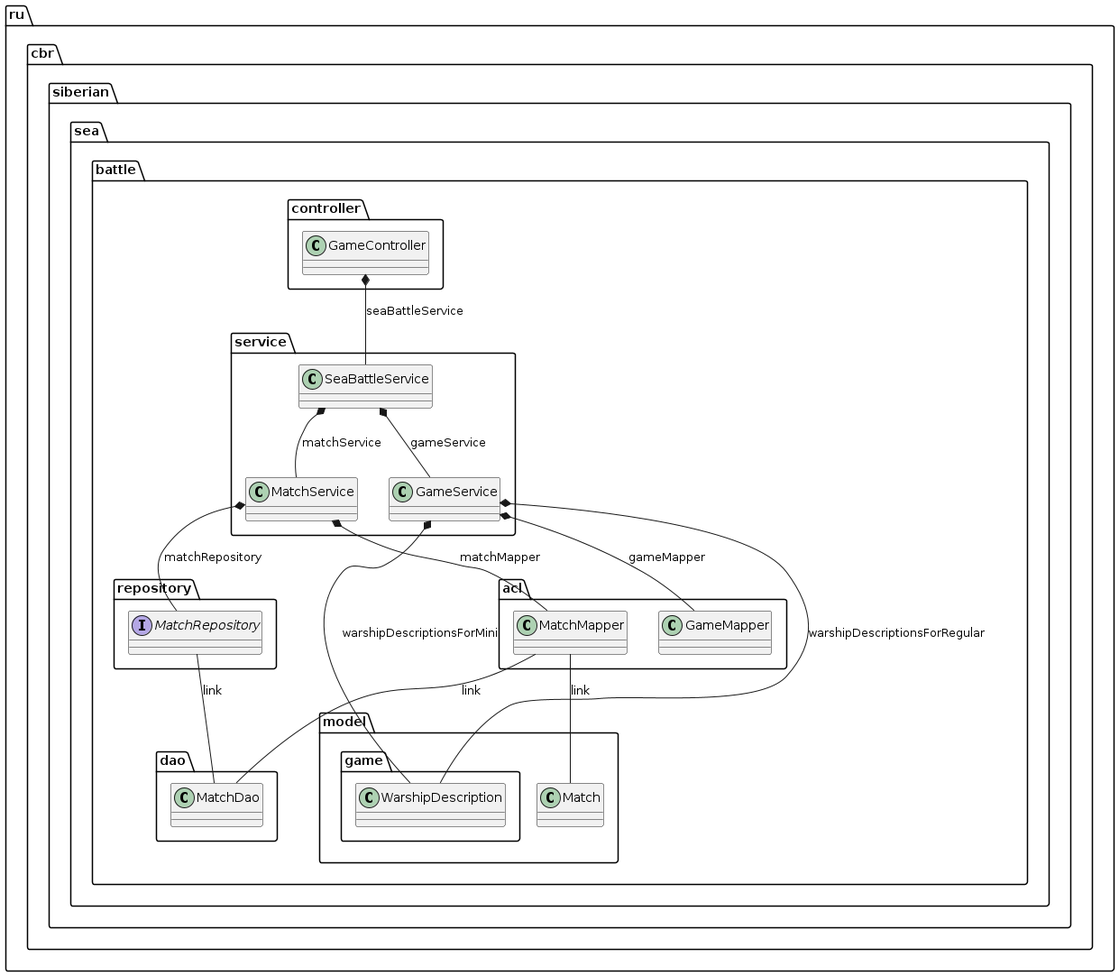
Earlier version of the PlantUML export plantuml/generated-diagrams/uml.png (onixred/SiberianSeaBattle). The source it was exported from:
```plantuml
@startuml uml

interface ru.cbr.siberian.sea.battle.repository.MatchRepository {
}

ru.cbr.siberian.sea.battle.controller.GameController *--  ru.cbr.siberian.sea.battle.service.SeaBattleService : seaBattleService
ru.cbr.siberian.sea.battle.service.SeaBattleService *--  ru.cbr.siberian.sea.battle.service.MatchService : matchService
ru.cbr.siberian.sea.battle.service.SeaBattleService *--  ru.cbr.siberian.sea.battle.service.GameService : gameService



ru.cbr.siberian.sea.battle.service.GameService *--  ru.cbr.siberian.sea.battle.model.game.WarshipDescription : warshipDescriptionsForMini
ru.cbr.siberian.sea.battle.service.GameService *--  ru.cbr.siberian.sea.battle.model.game.WarshipDescription : warshipDescriptionsForRegular
ru.cbr.siberian.sea.battle.service.GameService *--  ru.cbr.siberian.sea.battle.acl.GameMapper : gameMapper

ru.cbr.siberian.sea.battle.service.MatchService *--  ru.cbr.siberian.sea.battle.repository.MatchRepository : matchRepository
ru.cbr.siberian.sea.battle.service.MatchService *--  ru.cbr.siberian.sea.battle.acl.MatchMapper : matchMapper
ru.cbr.siberian.sea.battle.acl.MatchMapper -- ru.cbr.siberian.sea.battle.dao.MatchDao: link
ru.cbr.siberian.sea.battle.acl.MatchMapper -- ru.cbr.siberian.sea.battle.model.Match: link
ru.cbr.siberian.sea.battle.repository.MatchRepository --  ru.cbr.siberian.sea.battle.dao.MatchDao : link

@enduml
```
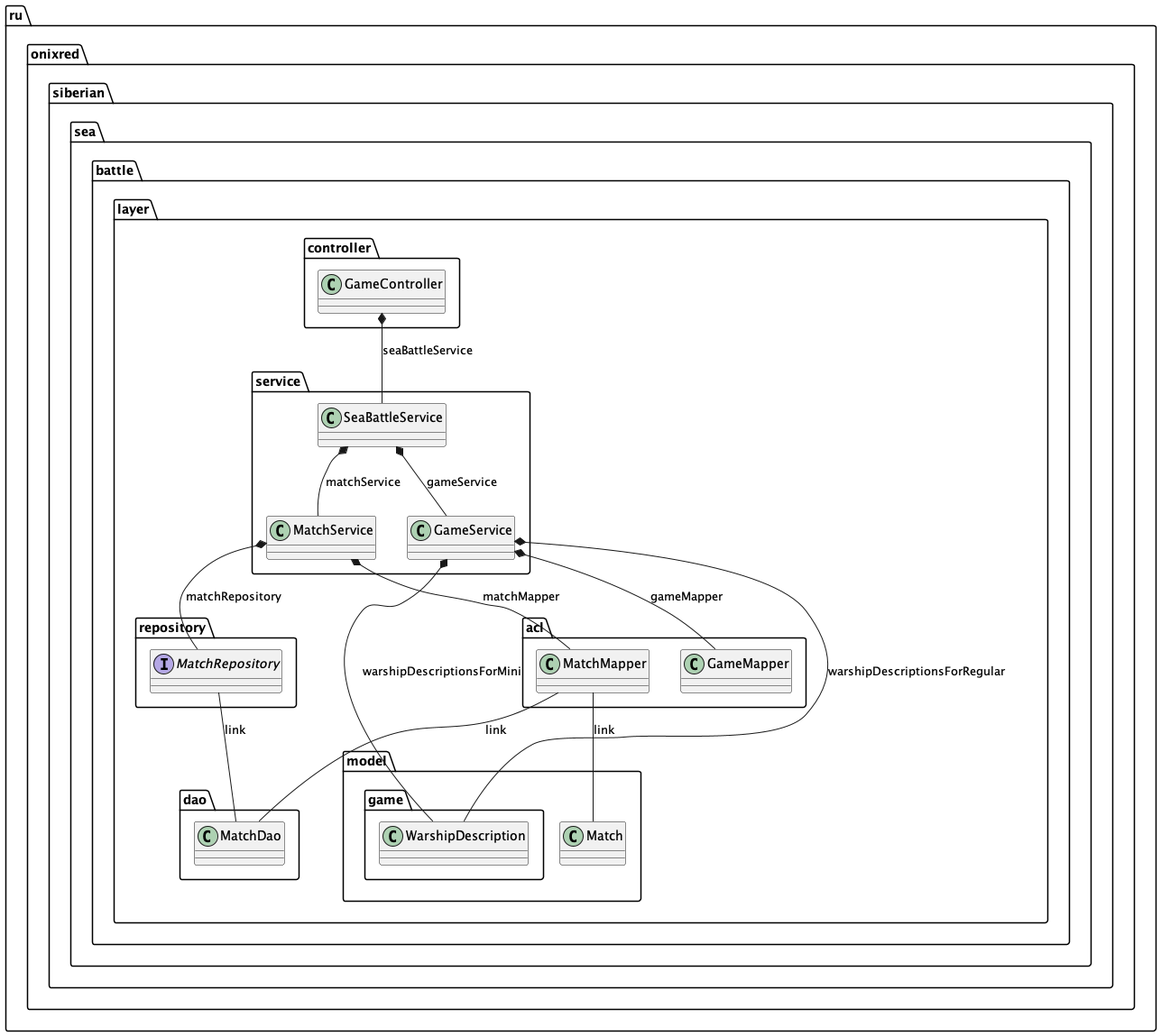
The same diagram one commit later.

What changed in the source:
```diff
@@ -1,22 +1,22 @@
 @startuml uml
 
-interface ru.cbr.siberian.sea.battle.repository.MatchRepository {
+interface ru.onixred.siberian.sea.battle.layer.repository.MatchRepository {
 }
 
-ru.cbr.siberian.sea.battle.controller.GameController *--  ru.cbr.siberian.sea.battle.service.SeaBattleService : seaBattleService
-ru.cbr.siberian.sea.battle.service.SeaBattleService *--  ru.cbr.siberian.sea.battle.service.MatchService : matchService
-ru.cbr.siberian.sea.battle.service.SeaBattleService *--  ru.cbr.siberian.sea.battle.service.GameService : gameService
+ru.onixred.siberian.sea.battle.layer.controller.GameController *--  ru.onixred.siberian.sea.battle.layer.service.SeaBattleService : seaBattleService
+ru.onixred.siberian.sea.battle.layer.service.SeaBattleService *--  ru.onixred.siberian.sea.battle.layer.service.MatchService : matchService
+ru.onixred.siberian.sea.battle.layer.service.SeaBattleService *--  ru.onixred.siberian.sea.battle.layer.service.GameService : gameService
 
 
 
-ru.cbr.siberian.sea.battle.service.GameService *--  ru.cbr.siberian.sea.battle.model.game.WarshipDescription : warshipDescriptionsForMini
-ru.cbr.siberian.sea.battle.service.GameService *--  ru.cbr.siberian.sea.battle.model.game.WarshipDescription : warshipDescriptionsForRegular
-ru.cbr.siberian.sea.battle.service.GameService *--  ru.cbr.siberian.sea.battle.acl.GameMapper : gameMapper
+ru.onixred.siberian.sea.battle.layer.service.GameService *--  ru.onixred.siberian.sea.battle.layer.model.game.WarshipDescription : warshipDescriptionsForMini
+ru.onixred.siberian.sea.battle.layer.service.GameService *--  ru.onixred.siberian.sea.battle.layer.model.game.WarshipDescription : warshipDescriptionsForRegular
+ru.onixred.siberian.sea.battle.layer.service.GameService *--  ru.onixred.siberian.sea.battle.layer.acl.GameMapper : gameMapper
 
-ru.cbr.siberian.sea.battle.service.MatchService *--  ru.cbr.siberian.sea.battle.repository.MatchRepository : matchRepository
-ru.cbr.siberian.sea.battle.service.MatchService *--  ru.cbr.siberian.sea.battle.acl.MatchMapper : matchMapper
-ru.cbr.siberian.sea.battle.acl.MatchMapper -- ru.cbr.siberian.sea.battle.dao.MatchDao: link
-ru.cbr.siberian.sea.battle.acl.MatchMapper -- ru.cbr.siberian.sea.battle.model.Match: link
-ru.cbr.siberian.sea.battle.repository.MatchRepository --  ru.cbr.siberian.sea.battle.dao.MatchDao : link
+ru.onixred.siberian.sea.battle.layer.service.MatchService *--  ru.onixred.siberian.sea.battle.layer.repository.MatchRepository : matchRepository
+ru.onixred.siberian.sea.battle.layer.service.MatchService *--  ru.onixred.siberian.sea.battle.layer.acl.MatchMapper : matchMapper
+ru.onixred.siberian.sea.battle.layer.acl.MatchMapper -- ru.onixred.siberian.sea.battle.layer.dao.MatchDao: link
+ru.onixred.siberian.sea.battle.layer.acl.MatchMapper -- ru.onixred.siberian.sea.battle.layer.model.Match: link
+ru.onixred.siberian.sea.battle.layer.repository.MatchRepository --  ru.onixred.siberian.sea.battle.layer.dao.MatchDao : link
 
 @enduml
```
